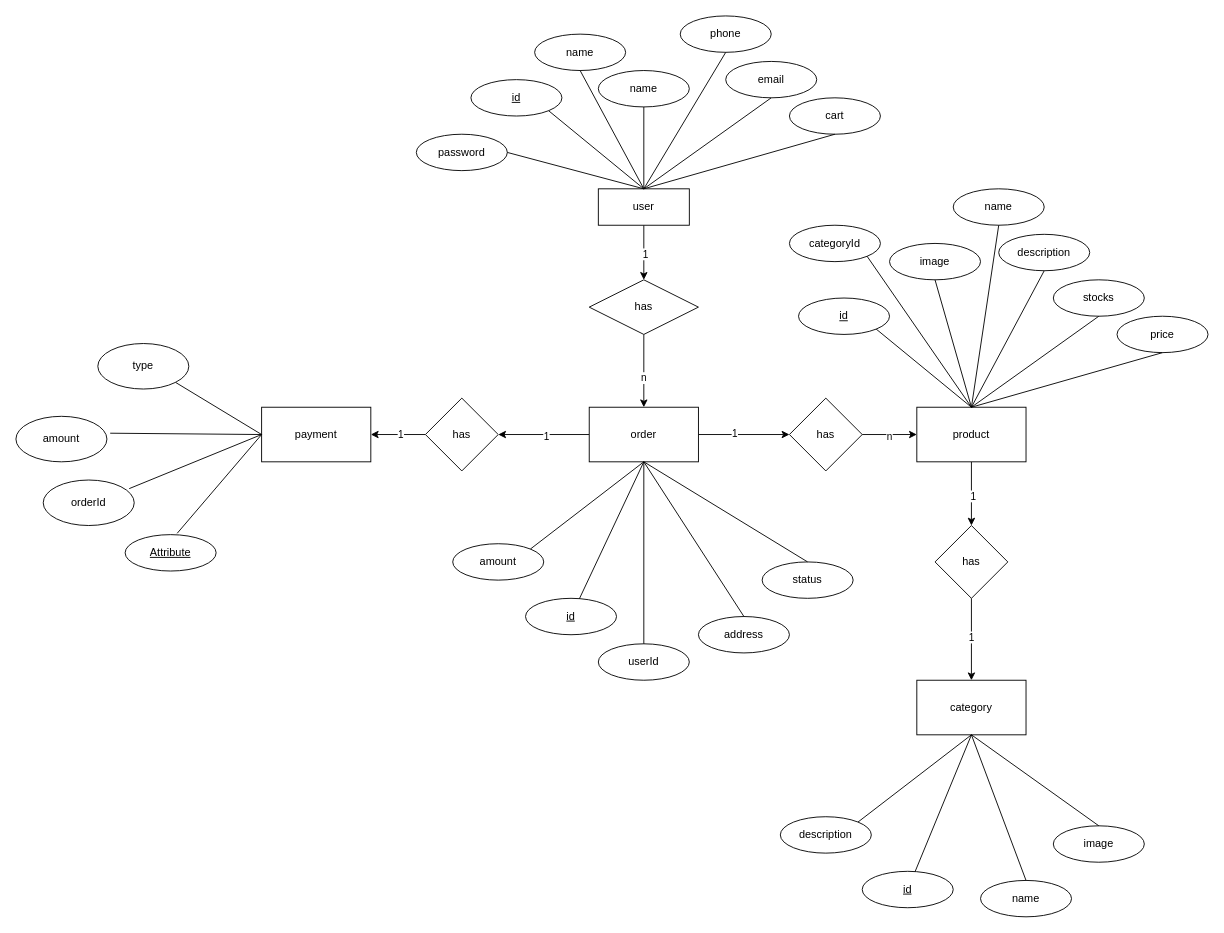
The draw.io diagram Untitled Diagram.drawio in sab1in/css_BEM, before the edit. Source tidied: cells renumbered, new cells numbered last; positions are measured from the earlier drawing's top-left corner, leaving out a move shared by most shapes. Both pictures are drawn from the tidied source at 91%, with x=0, y=0 at pixel (15, 15).
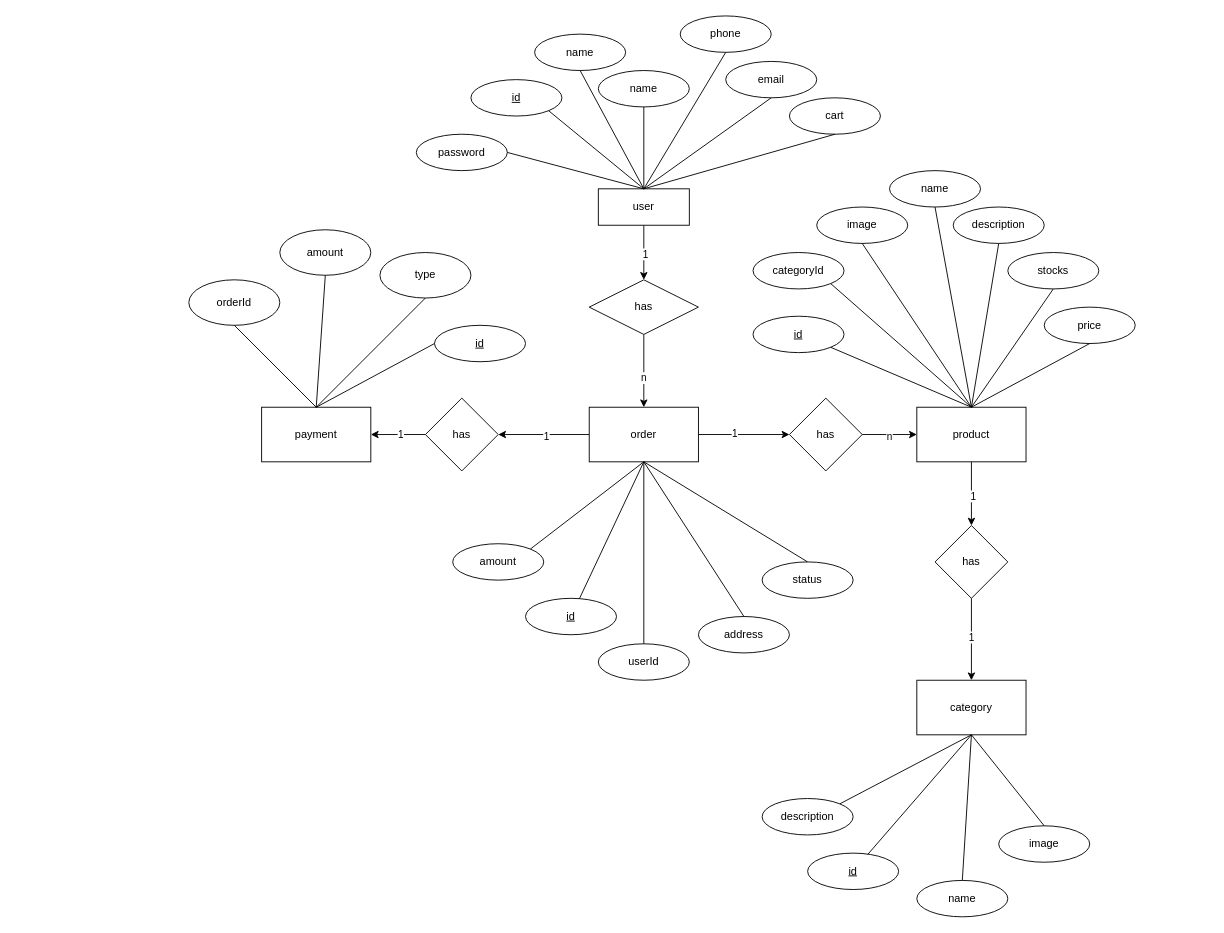
The same page after the edit.

The change refers to these unchanged cells:
```xml
<mxCell id="30" value="payment" style="whiteSpace=wrap;html=1;" parent="1" vertex="1">
  <mxGeometry x="270" y="430" width="120" height="60" as="geometry" />
</mxCell>
```

What changed in the source:
```diff
@@
     <mxCell id="41" value="id" style="ellipse;whiteSpace=wrap;html=1;align=center;fontStyle=4;" parent="1" vertex="1">
-      <mxGeometry x="860" y="310" width="100" height="40" as="geometry" />
+      <mxGeometry x="810" y="330" width="100" height="40" as="geometry" />
     </mxCell>
@@
     <mxCell id="43" value="name" style="ellipse;whiteSpace=wrap;html=1;align=center;" parent="1" vertex="1">
-      <mxGeometry x="1030" y="190" width="100" height="40" as="geometry" />
+      <mxGeometry x="960" y="170" width="100" height="40" as="geometry" />
     </mxCell>
@@
     <mxCell id="45" value="stocks" style="ellipse;whiteSpace=wrap;html=1;align=center;" parent="1" vertex="1">
-      <mxGeometry x="1140" y="290" width="100" height="40" as="geometry" />
+      <mxGeometry x="1090" y="260" width="100" height="40" as="geometry" />
     </mxCell>
@@
     <mxCell id="47" value="price" style="ellipse;whiteSpace=wrap;html=1;align=center;" parent="1" vertex="1">
-      <mxGeometry x="1210" y="330" width="100" height="40" as="geometry" />
+      <mxGeometry x="1130" y="320" width="100" height="40" as="geometry" />
     </mxCell>
@@
     <mxCell id="49" value="categoryId" style="ellipse;whiteSpace=wrap;html=1;align=center;" parent="1" vertex="1">
-      <mxGeometry x="850" y="230" width="100" height="40" as="geometry" />
+      <mxGeometry x="810" y="260" width="100" height="40" as="geometry" />
     </mxCell>
@@
     <mxCell id="51" value="description" style="ellipse;whiteSpace=wrap;html=1;align=center;" parent="1" vertex="1">
-      <mxGeometry x="1080" y="240" width="100" height="40" as="geometry" />
+      <mxGeometry x="1030" y="210" width="100" height="40" as="geometry" />
     </mxCell>
@@
     <mxCell id="53" value="image" style="ellipse;whiteSpace=wrap;html=1;align=center;" parent="1" vertex="1">
-      <mxGeometry x="960" y="250" width="100" height="40" as="geometry" />
+      <mxGeometry x="880" y="210" width="100" height="40" as="geometry" />
     </mxCell>
@@
-    <mxCell id="55" value="Attribute" style="ellipse;whiteSpace=wrap;html=1;align=center;fontStyle=4;" parent="1" vertex="1">
-      <mxGeometry x="120" y="570" width="100" height="40" as="geometry" />
+    <mxCell id="55" value="id" style="ellipse;whiteSpace=wrap;html=1;align=center;fontStyle=4;" parent="1" vertex="1">
+      <mxGeometry x="460" y="340" width="100" height="40" as="geometry" />
     </mxCell>
-    <mxCell id="56" style="endArrow=none;html=1;rounded=0;exitX=0.572;exitY=-0.036;exitDx=0;exitDy=0;entryX=0;entryY=0.5;entryDx=0;entryDy=0;exitPerimeter=0;" parent="1" edge="1" source="55" target="30">
-      <mxGeometry relative="1" as="geometry" />
-    </mxCell>
     <mxCell id="57" value="orderId" style="ellipse;whiteSpace=wrap;html=1;align=center;" parent="1" vertex="1">
-      <mxGeometry x="30" y="510" width="100" height="50" as="geometry" />
+      <mxGeometry x="190" y="290" width="100" height="50" as="geometry" />
     </mxCell>
-    <mxCell id="58" style="endArrow=none;html=1;rounded=0;exitX=0.945;exitY=0.189;exitDx=0;exitDy=0;exitPerimeter=0;" parent="1" edge="1" source="57">
-      <mxGeometry relative="1" as="geometry">
-        <mxPoint x="270" y="460" as="targetPoint" />
-      </mxGeometry>
+    <mxCell id="58" style="endArrow=none;html=1;rounded=0;exitX=0.5;exitY=1;exitDx=0;exitDy=0;entryX=0.5;entryY=0;entryDx=0;entryDy=0;" parent="1" edge="1" source="57" target="30">
+      <mxGeometry relative="1" as="geometry" />
     </mxCell>
     <mxCell id="59" value="amount" style="ellipse;whiteSpace=wrap;html=1;align=center;" parent="1" vertex="1">
-      <mxGeometry y="440" width="100" height="50" as="geometry" />
+      <mxGeometry x="290" y="235" width="100" height="50" as="geometry" />
     </mxCell>
-    <mxCell id="60" style="endArrow=none;html=1;rounded=0;exitX=1.036;exitY=0.371;exitDx=0;exitDy=0;entryX=0;entryY=0.5;entryDx=0;entryDy=0;exitPerimeter=0;" parent="1" edge="1" source="59" target="30">
+    <mxCell id="60" style="endArrow=none;html=1;rounded=0;exitX=0.5;exitY=1;exitDx=0;exitDy=0;entryX=0.5;entryY=0;entryDx=0;entryDy=0;" parent="1" edge="1" source="59" target="30">
       <mxGeometry relative="1" as="geometry" />
     </mxCell>
     <mxCell id="61" value="type" style="ellipse;whiteSpace=wrap;html=1;align=center;" parent="1" vertex="1">
-      <mxGeometry x="90" y="360" width="100" height="50" as="geometry" />
+      <mxGeometry x="400" y="260" width="100" height="50" as="geometry" />
     </mxCell>
-    <mxCell id="62" style="endArrow=none;html=1;rounded=0;exitX=1;exitY=1;exitDx=0;exitDy=0;entryX=0;entryY=0.5;entryDx=0;entryDy=0;" parent="1" edge="1" source="61" target="30">
+    <mxCell id="62" style="endArrow=none;html=1;rounded=0;exitX=0.5;exitY=1;exitDx=0;exitDy=0;entryX=0.5;entryY=0;entryDx=0;entryDy=0;" parent="1" edge="1" source="61" target="30">
       <mxGeometry relative="1" as="geometry" />
     </mxCell>
@@
     <mxCell id="73" value="id" style="ellipse;whiteSpace=wrap;html=1;align=center;fontStyle=4;direction=east;" parent="1" vertex="1">
-      <mxGeometry x="930" y="940" width="100" height="40" as="geometry" />
+      <mxGeometry x="870" y="920" width="100" height="40" as="geometry" />
     </mxCell>
@@
     <mxCell id="75" value="name" style="ellipse;whiteSpace=wrap;html=1;align=center;direction=east;" parent="1" vertex="1">
-      <mxGeometry x="1060" y="950" width="100" height="40" as="geometry" />
+      <mxGeometry x="990" y="950" width="100" height="40" as="geometry" />
     </mxCell>
@@
     <mxCell id="77" value="image" style="ellipse;whiteSpace=wrap;html=1;align=center;direction=east;" parent="1" vertex="1">
-      <mxGeometry x="1140" y="890" width="100" height="40" as="geometry" />
+      <mxGeometry x="1080" y="890" width="100" height="40" as="geometry" />
     </mxCell>
@@
     <mxCell id="79" value="description" style="ellipse;whiteSpace=wrap;html=1;align=center;direction=east;" parent="1" vertex="1">
-      <mxGeometry x="840" y="880" width="100" height="40" as="geometry" />
+      <mxGeometry x="820" y="860" width="100" height="40" as="geometry" />
     </mxCell>
@@
+    <mxCell id="81" style="endArrow=none;html=1;rounded=0;exitX=0;exitY=0.5;exitDx=0;exitDy=0;" parent="1" edge="1" source="55">
+      <mxGeometry relative="1" as="geometry">
+        <mxPoint x="330" y="430" as="targetPoint" />
+      </mxGeometry>
+    </mxCell>
```
